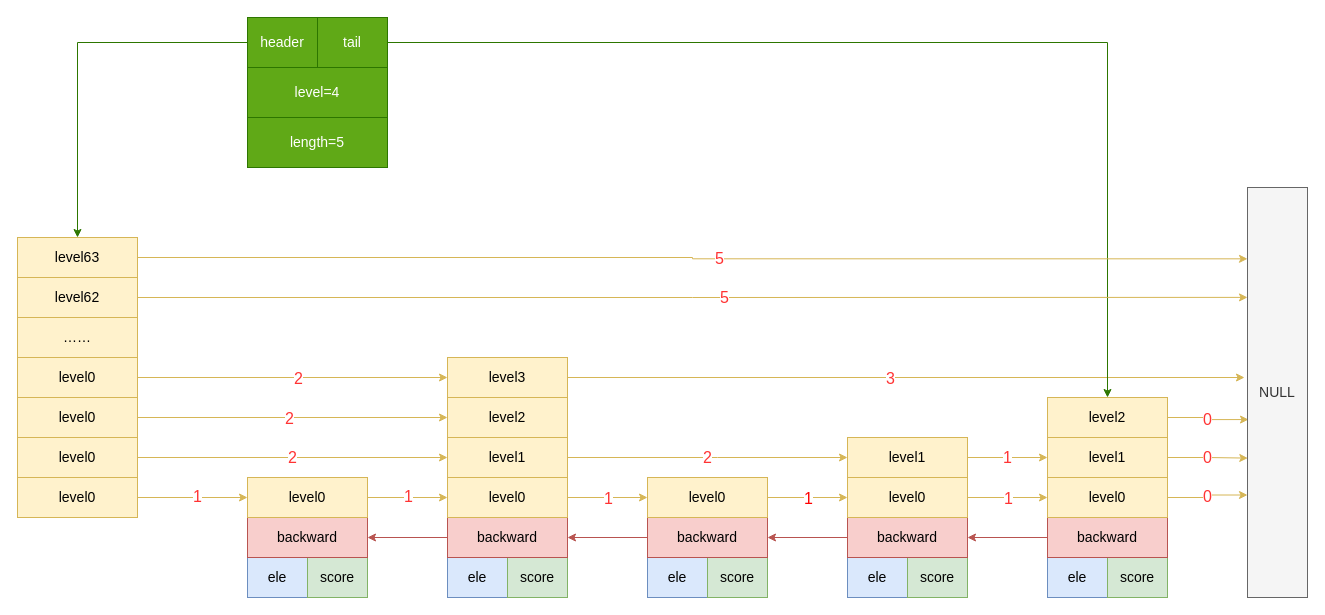
Above: 2021/05/02/skiplist跳表/skiplist.drawio in polarisGitHub/polarisGitHub.github.io (draw.io), before the change. Source tidied: cells renumbered, new cells numbered last; positions are measured from the earlier drawing's top-left corner, leaving out a move shared by most shapes. Both pictures are drawn from the tidied source at 100%, with x=0, y=0 at pixel (17, 17).
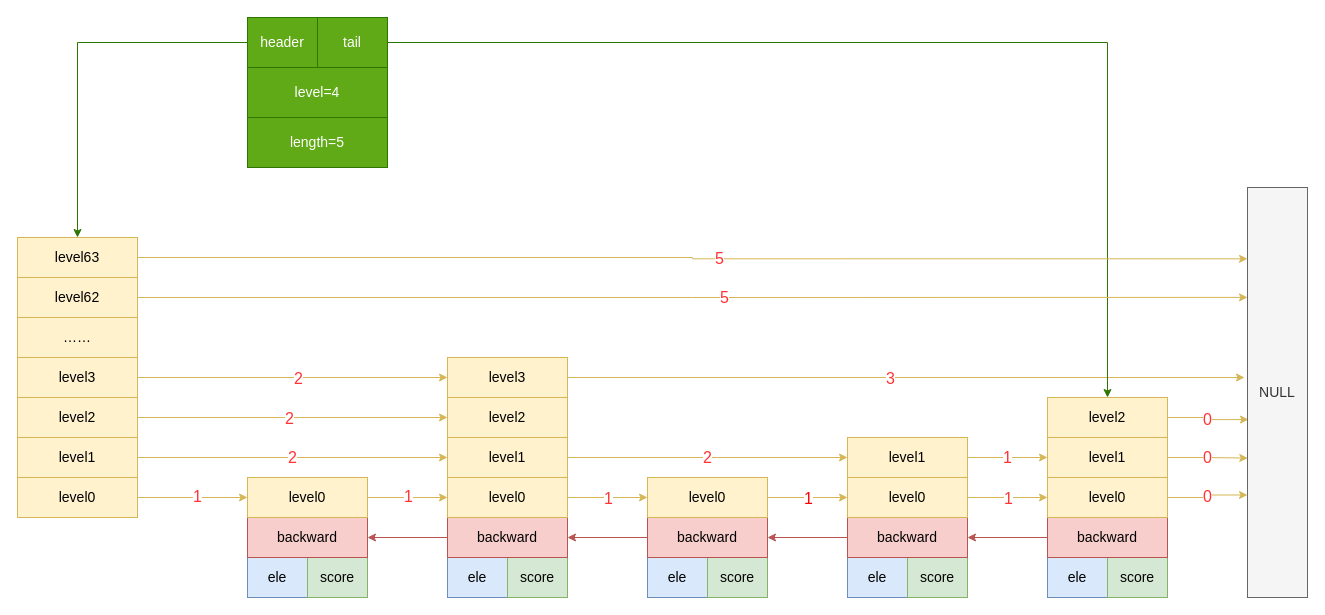
After the change.

The edit, as a diff of the source:
```diff
@@
-    <mxCell id="65" value="level0" style="rounded=0;whiteSpace=wrap;html=1;fontSize=14;fillColor=#fff2cc;strokeColor=#d6b656;" parent="1" vertex="1">
+    <mxCell id="65" value="level1" style="rounded=0;whiteSpace=wrap;html=1;fontSize=14;fillColor=#fff2cc;strokeColor=#d6b656;" parent="1" vertex="1">
       <mxGeometry y="420" width="120" height="40" as="geometry" />
     </mxCell>
@@
-    <mxCell id="68" value="level0" style="rounded=0;whiteSpace=wrap;html=1;fontSize=14;fillColor=#fff2cc;strokeColor=#d6b656;" parent="1" vertex="1">
+    <mxCell id="68" value="level2" style="rounded=0;whiteSpace=wrap;html=1;fontSize=14;fillColor=#fff2cc;strokeColor=#d6b656;" parent="1" vertex="1">
       <mxGeometry y="380" width="120" height="40" as="geometry" />
     </mxCell>
@@
-    <mxCell id="71" value="level0" style="rounded=0;whiteSpace=wrap;html=1;fontSize=14;fillColor=#fff2cc;strokeColor=#d6b656;" parent="1" vertex="1">
+    <mxCell id="71" value="level3" style="rounded=0;whiteSpace=wrap;html=1;fontSize=14;fillColor=#fff2cc;strokeColor=#d6b656;" parent="1" vertex="1">
       <mxGeometry y="340" width="120" height="40" as="geometry" />
     </mxCell>
```
